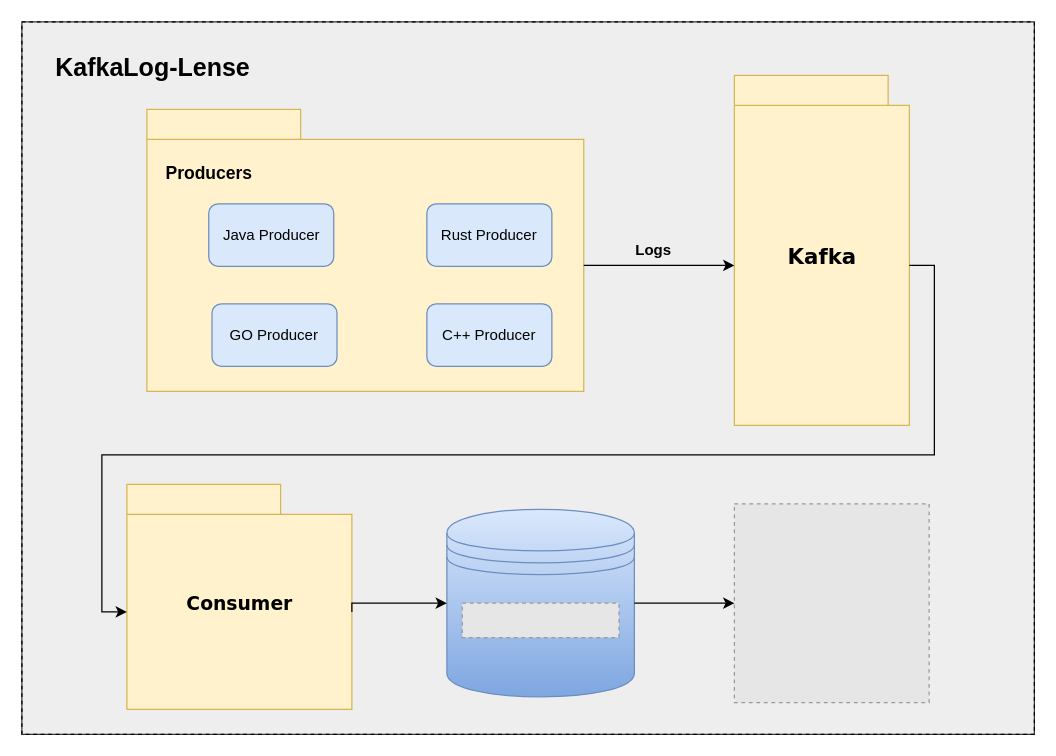
Earlier version of the draw.io diagram docs/overall_arch.drawio (Suru-09/KafkaLog-Lense). Source tidied: cells renumbered, new cells numbered last; positions are measured from the earlier drawing's top-left corner, leaving out a move shared by most shapes. Both pictures are drawn from the tidied source at 125%, with x=0, y=0 at pixel (21, 21). Pictures stored in the file or linked from it are replaced by grey dashed boxes.
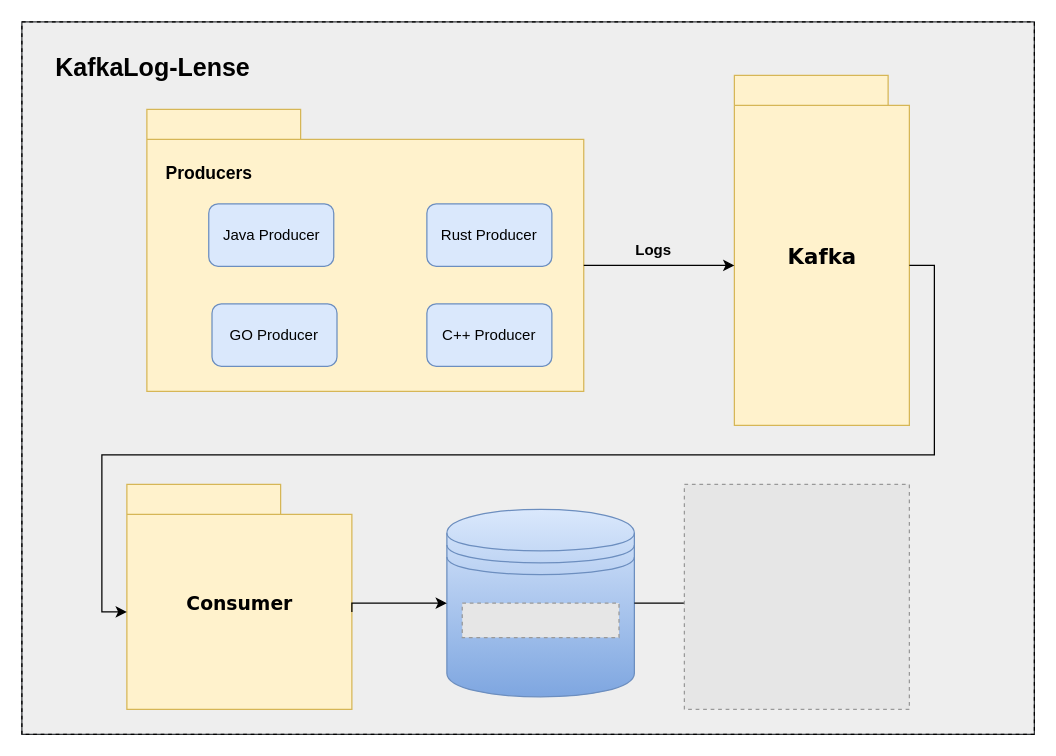
The same diagram, later.

Unchanged cells that the change refers to:
```xml
<mxCell id="2" style="group;fillColor=#eeeeee;strokeColor=#36393d;" parent="1" vertex="1">
  <mxGeometry width="810" height="570" as="geometry" />
</mxCell>
<mxCell id="17" style="shape=datastore;whiteSpace=wrap;html=1;fillColor=#dae8fc;strokeColor=#6c8ebf;gradientColor=#7ea6e0;" parent="16" vertex="1">
  <mxGeometry width="150" height="150" as="geometry" />
</mxCell>
```

Change to the diagram source:
```diff
@@
-    <mxCell id="20" style="fillColor=#E6E6E6;strokeColor=#999999;dashed=1;verticalLabelPosition=bottom;labelBackgroundColor=default;verticalAlign=top;" parent="2" vertex="1">
-      <mxGeometry x="570" y="385.5" width="155.8" height="159" as="geometry" />
-    </mxCell>
-    <mxCell id="21" style="edgeStyle=orthogonalEdgeStyle;rounded=0;jettySize=auto;html=1;exitX=1;exitY=0.5;exitDx=0;exitDy=0;entryX=0;entryY=0.5;entryDx=0;entryDy=0;" parent="2" edge="1" source="17" target="20">
-      <mxGeometry relative="1" as="geometry" />
+    <mxCell id="21" style="edgeStyle=orthogonalEdgeStyle;rounded=0;jettySize=auto;html=1;exitX=1;exitY=0.5;exitDx=0;exitDy=0;entryX=0;entryY=0.5;entryDx=0;entryDy=0;" parent="2" edge="1" source="17">
+      <mxGeometry relative="1" as="geometry">
+        <mxPoint x="570" y="465" as="targetPoint" />
+      </mxGeometry>
     </mxCell>
@@
+    <mxCell id="23" style="fillColor=#E6E6E6;strokeColor=#999999;dashed=1;verticalLabelPosition=bottom;labelBackgroundColor=default;verticalAlign=top;" parent="2" vertex="1">
+      <mxGeometry x="530" y="370" width="180" height="180" as="geometry" />
+    </mxCell>
```
